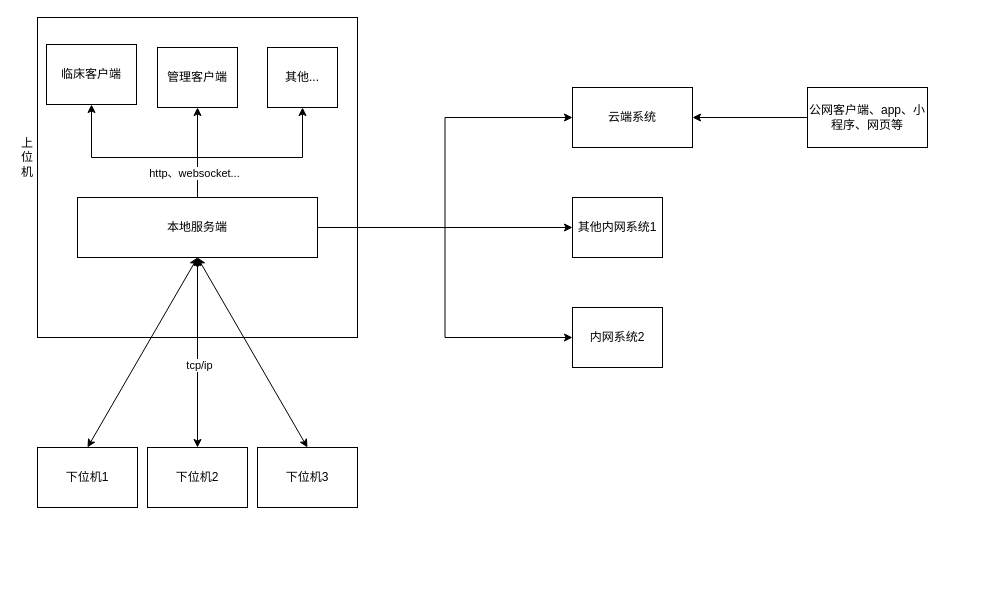
The draw.io diagram answer.drawio in yxAnswer/draw.io, before the edit. Source tidied: cells renumbered, new cells numbered last; positions are measured from the earlier drawing's top-left corner, leaving out a move shared by most shapes. Both pictures are drawn from the tidied source at 100%, with x=0, y=0 at pixel (17, 17).
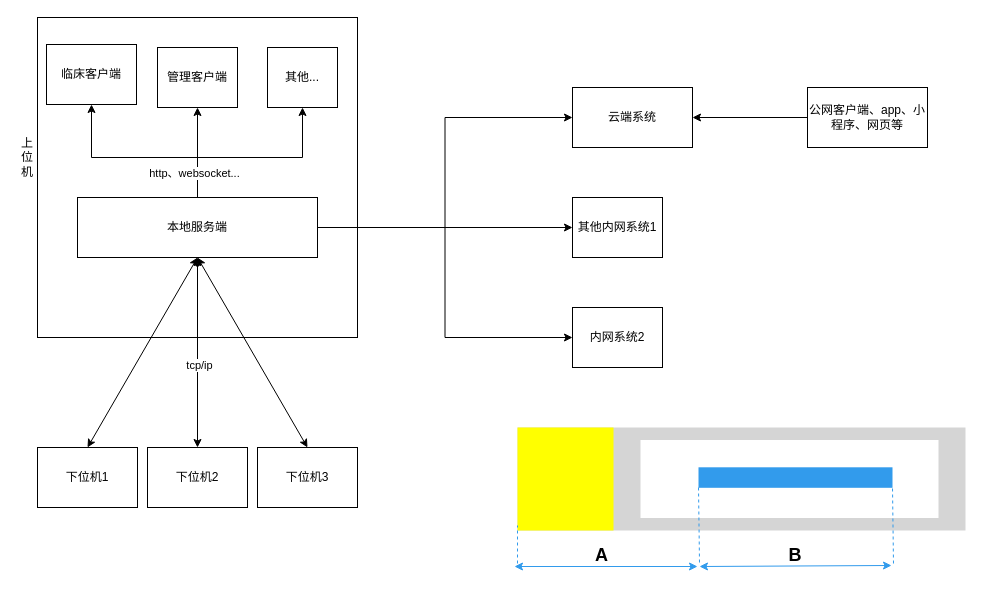
The same diagram, later.

Diff of the diagram source:
```diff
@@
-<mxGraphModel>
+<mxGraphModel background="#FFFFFF">
@@
+    <mxCell id="29" style="rounded=0;whiteSpace=wrap;html=1;strokeColor=none;strokeWidth=0.5;perimeterSpacing=0;fillColor=#D5D5D5;" parent="1" vertex="1">
+      <mxGeometry x="500" y="410" width="448" height="103" as="geometry" />
+    </mxCell>
+    <mxCell id="30" style="rounded=0;whiteSpace=wrap;html=1;strokeColor=none;fillColor=#FFFF00;" parent="1" vertex="1">
+      <mxGeometry x="500" y="410" width="96" height="103" as="geometry" />
+    </mxCell>
+    <mxCell id="31" style="rounded=0;whiteSpace=wrap;html=1;strokeWidth=0.5;strokeColor=none;" parent="1" vertex="1">
+      <mxGeometry x="623" y="422.5" width="298" height="78" as="geometry" />
+    </mxCell>
+    <mxCell id="32" style="rounded=0;whiteSpace=wrap;html=1;strokeWidth=0.5;fillColor=#329BEC;strokeColor=none;" parent="1" vertex="1">
+      <mxGeometry x="681" y="449.8" width="194" height="20.5" as="geometry" />
+    </mxCell>
+    <mxCell id="33" style="endArrow=classic;startArrow=classic;html=1;rounded=0;strokeColor=#329BEC;" parent="1" edge="1">
+      <mxGeometry relative="1" as="geometry">
+        <mxPoint x="682" y="549" as="sourcePoint" />
+        <mxPoint x="874" y="548" as="targetPoint" />
+      </mxGeometry>
+    </mxCell>
+    <mxCell id="34" style="endArrow=classic;startArrow=classic;html=1;rounded=0;strokeColor=#329BEC;" parent="1" edge="1">
+      <mxGeometry relative="1" as="geometry">
+        <mxPoint x="497" y="549" as="sourcePoint" />
+        <mxPoint x="680" y="549" as="targetPoint" />
+      </mxGeometry>
+    </mxCell>
+    <mxCell id="35" style="endArrow=none;dashed=1;html=1;rounded=0;strokeColor=light-dark(#329bec, #ededed);" parent="1" edge="1">
+      <mxGeometry relative="1" as="geometry">
+        <mxPoint x="500" y="546" as="sourcePoint" />
+        <mxPoint x="500" y="508" as="targetPoint" />
+      </mxGeometry>
+    </mxCell>
+    <mxCell id="36" style="endArrow=none;dashed=1;html=1;rounded=0;strokeColor=light-dark(#329bec, #ededed);entryX=1;entryY=1;entryDx=0;entryDy=0;" parent="1" edge="1" target="32">
+      <mxGeometry relative="1" as="geometry">
+        <mxPoint x="876" y="546" as="sourcePoint" />
+      </mxGeometry>
+    </mxCell>
+    <mxCell id="37" style="endArrow=none;dashed=1;html=1;rounded=0;strokeColor=light-dark(#329bec, #ededed);" parent="1" edge="1">
+      <mxGeometry relative="1" as="geometry">
+        <mxPoint x="682" y="545" as="sourcePoint" />
+        <mxPoint x="681" y="469" as="targetPoint" />
+      </mxGeometry>
+    </mxCell>
+    <mxCell id="38" value="&lt;font style=&quot;font-size: 18px;&quot;&gt;&lt;b&gt;A&lt;/b&gt;&lt;/font&gt;" style="text;html=1;align=center;verticalAlign=middle;whiteSpace=wrap;rounded=0;" parent="1" vertex="1">
+      <mxGeometry x="554" y="521" width="61" height="34" as="geometry" />
+    </mxCell>
+    <mxCell id="39" value="&lt;font style=&quot;font-size: 18px;&quot;&gt;&lt;b&gt;B&lt;/b&gt;&lt;/font&gt;" style="text;html=1;align=center;verticalAlign=middle;whiteSpace=wrap;rounded=0;" parent="1" vertex="1">
+      <mxGeometry x="748" y="523" width="60" height="30" as="geometry" />
+    </mxCell>
```
